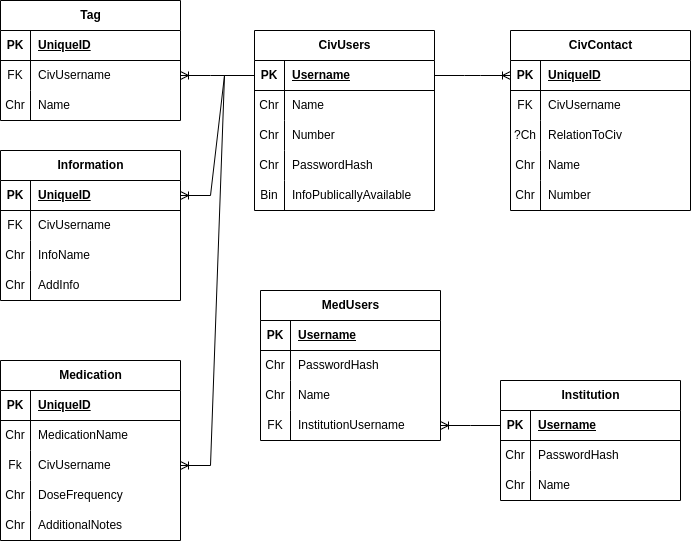
This is supportDocs/EditableUML.png from br-jack/brishack2024, a draw.io export, as it was before one commit. Source tidied: cells renumbered, new cells last; positions are measured from the earlier drawing's top-left corner, leaving out a move shared by most shapes.
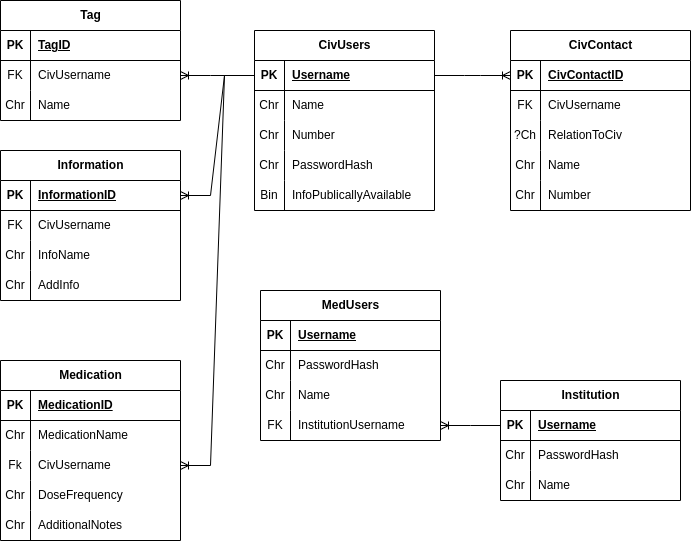
Above is the later version.

Commit message:
updated unique IDs

Change to the diagram source:
```diff
@@ -59,7 +59,7 @@
     <mxCell id="20" value="PK" style="shape=partialRectangle;fillColor=none;top=0;left=0;bottom=0;right=0;fontStyle=1;overflow=hidden;whiteSpace=wrap;html=1;" parent="19" vertex="1">
       <mxGeometry width="30" height="30" as="geometry" />
     </mxCell>
-    <mxCell id="21" value="UniqueID" style="shape=partialRectangle;fillColor=none;top=0;left=0;bottom=0;right=0;align=left;spacingLeft=6;fontStyle=5;overflow=hidden;whiteSpace=wrap;html=1;" parent="19" vertex="1">
+    <mxCell id="21" value="TagID" style="shape=partialRectangle;fillColor=none;top=0;left=0;bottom=0;right=0;align=left;spacingLeft=6;fontStyle=5;overflow=hidden;whiteSpace=wrap;html=1;" parent="19" vertex="1">
       <mxGeometry x="30" width="150" height="30" as="geometry" />
     </mxCell>
     <mxCell id="22" style="shape=tableRow;horizontal=0;startSize=0;swimlaneHead=0;swimlaneBody=0;fillColor=none;points=[[0,0.5],[1,0.5]];portConstraint=eastwest;top=0;left=0;right=0;bottom=0;" parent="18" vertex="1">
@@ -167,7 +167,7 @@
     <mxCell id="56" value="PK" style="shape=partialRectangle;fillColor=none;top=0;left=0;bottom=0;right=0;fontStyle=1;overflow=hidden;whiteSpace=wrap;html=1;" parent="55" vertex="1">
       <mxGeometry width="30" height="30" as="geometry" />
     </mxCell>
-    <mxCell id="57" value="UniqueID" style="shape=partialRectangle;fillColor=none;top=0;left=0;bottom=0;right=0;align=left;spacingLeft=6;fontStyle=5;overflow=hidden;whiteSpace=wrap;html=1;" parent="55" vertex="1">
+    <mxCell id="57" value="CivContactID" style="shape=partialRectangle;fillColor=none;top=0;left=0;bottom=0;right=0;align=left;spacingLeft=6;fontStyle=5;overflow=hidden;whiteSpace=wrap;html=1;" parent="55" vertex="1">
       <mxGeometry x="30" width="150" height="30" as="geometry" />
     </mxCell>
     <mxCell id="58" style="shape=tableRow;horizontal=0;startSize=0;swimlaneHead=0;swimlaneBody=0;fillColor=none;top=0;left=0;right=0;bottom=0;" parent="54" vertex="1">
@@ -215,7 +215,7 @@
     <mxCell id="72" value="PK" style="shape=partialRectangle;fillColor=none;top=0;left=0;bottom=0;right=0;fontStyle=1;overflow=hidden;whiteSpace=wrap;html=1;" parent="71" vertex="1">
       <mxGeometry width="30" height="30" as="geometry" />
     </mxCell>
-    <mxCell id="73" value="UniqueID" style="shape=partialRectangle;fillColor=none;top=0;left=0;bottom=0;right=0;align=left;spacingLeft=6;fontStyle=5;overflow=hidden;whiteSpace=wrap;html=1;" parent="71" vertex="1">
+    <mxCell id="73" value="InformationID" style="shape=partialRectangle;fillColor=none;top=0;left=0;bottom=0;right=0;align=left;spacingLeft=6;fontStyle=5;overflow=hidden;whiteSpace=wrap;html=1;" parent="71" vertex="1">
       <mxGeometry x="30" width="150" height="30" as="geometry" />
     </mxCell>
     <mxCell id="74" style="shape=tableRow;horizontal=0;startSize=0;swimlaneHead=0;swimlaneBody=0;fillColor=none;top=0;left=0;right=0;bottom=0;" parent="70" vertex="1">
@@ -257,7 +257,7 @@
     <mxCell id="86" value="PK" style="shape=partialRectangle;fillColor=none;top=0;left=0;bottom=0;right=0;fontStyle=1;overflow=hidden;whiteSpace=wrap;html=1;" parent="85" vertex="1">
       <mxGeometry width="30" height="30" as="geometry" />
     </mxCell>
-    <mxCell id="87" value="UniqueID" style="shape=partialRectangle;fillColor=none;top=0;left=0;bottom=0;right=0;align=left;spacingLeft=6;fontStyle=5;overflow=hidden;whiteSpace=wrap;html=1;" parent="85" vertex="1">
+    <mxCell id="87" value="MedicationID" style="shape=partialRectangle;fillColor=none;top=0;left=0;bottom=0;right=0;align=left;spacingLeft=6;fontStyle=5;overflow=hidden;whiteSpace=wrap;html=1;" parent="85" vertex="1">
       <mxGeometry x="30" width="150" height="30" as="geometry" />
     </mxCell>
     <mxCell id="88" style="shape=tableRow;horizontal=0;startSize=0;swimlaneHead=0;swimlaneBody=0;fillColor=none;top=0;left=0;right=0;bottom=0;" parent="84" vertex="1">
```
